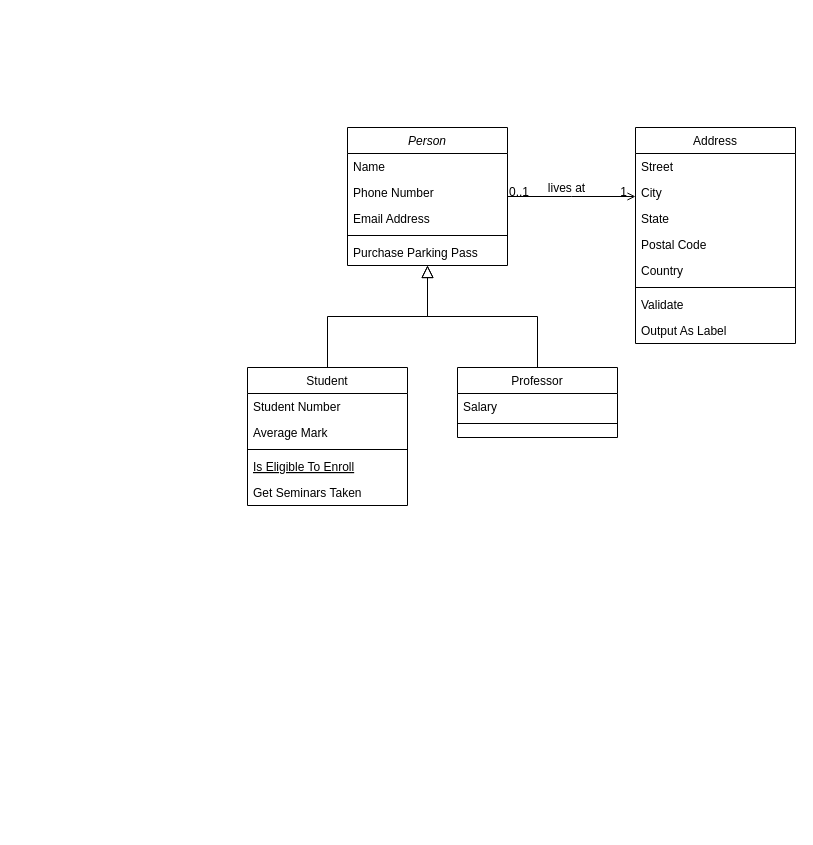
Before: Untitled Diagram.drawio in modsyan/JuniorProject, a draw.io diagram. Source tidied: cells renumbered, new cells numbered last; positions are measured from the earlier drawing's top-left corner, leaving out a move shared by most shapes. Both pictures are drawn from the tidied source at 100%, with x=0, y=0 at pixel (247, 127).
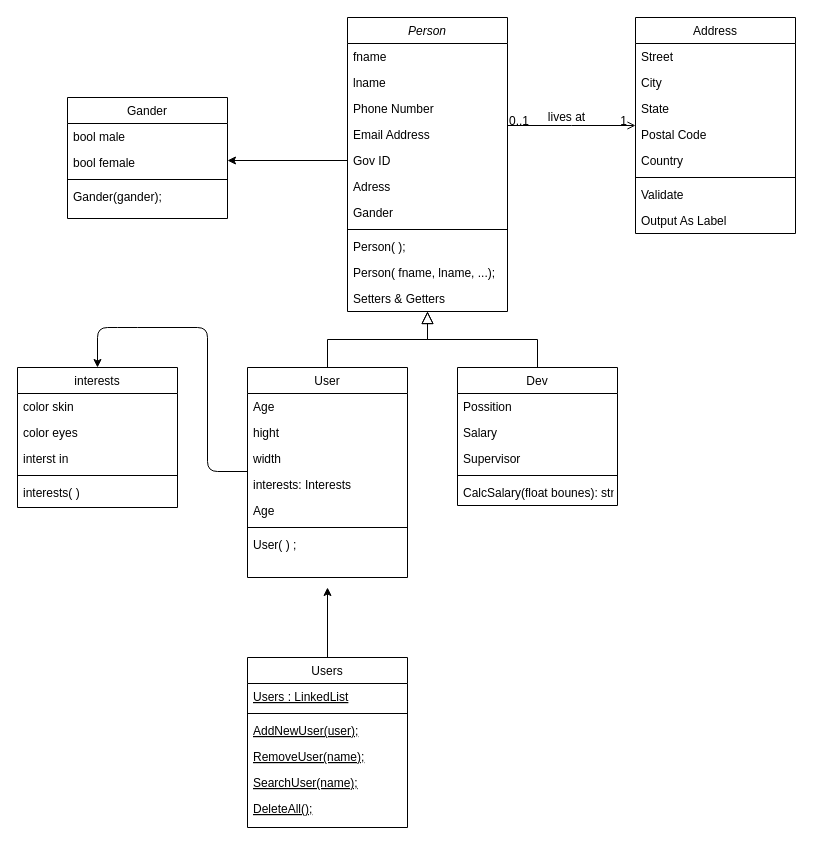
Above is the later version.

Commit message (it also covers changes not shown here):
class diagram

What changed in the source:
```diff
@@
     <mxCell id="2" value="Person" style="swimlane;fontStyle=2;align=center;verticalAlign=top;horizontal=1;startSize=26;rounded=0;shadow=0;strokeWidth=1;" parent="1" vertex="1">
-      <mxGeometry x="100" width="160" height="138" as="geometry" />
+      <mxGeometry x="100" y="-110" width="160" height="294" as="geometry" />
     </mxCell>
-    <mxCell id="3" value="Name" style="text;align=left;verticalAlign=top;spacingLeft=4;spacingRight=4;overflow=hidden;" parent="2" vertex="1">
+    <mxCell id="3" value="fname&#10;" style="text;align=left;verticalAlign=top;spacingLeft=4;spacingRight=4;overflow=hidden;" parent="2" vertex="1">
       <mxGeometry y="26" width="160" height="26" as="geometry" />
     </mxCell>
+    <mxCell id="32" value="lname" style="text;align=left;verticalAlign=top;spacingLeft=4;spacingRight=4;overflow=hidden;rounded=0;shadow=0;html=0;" parent="2" vertex="1">
+      <mxGeometry y="52" width="160" height="26" as="geometry" />
+    </mxCell>
     <mxCell id="4" value="Phone Number" style="text;align=left;verticalAlign=top;spacingLeft=4;spacingRight=4;overflow=hidden;rounded=0;shadow=0;html=0;" parent="2" vertex="1">
-      <mxGeometry y="52" width="160" height="26" as="geometry" />
+      <mxGeometry y="78" width="160" height="26" as="geometry" />
     </mxCell>
     <mxCell id="5" value="Email Address" style="text;align=left;verticalAlign=top;spacingLeft=4;spacingRight=4;overflow=hidden;rounded=0;shadow=0;html=0;" parent="2" vertex="1">
-      <mxGeometry y="78" width="160" height="26" as="geometry" />
+      <mxGeometry y="104" width="160" height="26" as="geometry" />
     </mxCell>
+    <mxCell id="33" value="Gov ID" style="text;align=left;verticalAlign=top;spacingLeft=4;spacingRight=4;overflow=hidden;points=[[0,0.5],[1,0.5]];portConstraint=eastwest;rounded=0;shadow=0;html=0;" parent="2" vertex="1">
+      <mxGeometry y="130" width="160" height="26" as="geometry" />
+    </mxCell>
+    <mxCell id="34" value="Adress" style="text;align=left;verticalAlign=top;spacingLeft=4;spacingRight=4;overflow=hidden;rounded=0;shadow=0;html=0;" parent="2" vertex="1">
+      <mxGeometry y="156" width="160" height="26" as="geometry" />
+    </mxCell>
+    <mxCell id="35" value="Gander" style="text;align=left;verticalAlign=top;spacingLeft=4;spacingRight=4;overflow=hidden;rounded=0;shadow=0;html=0;" parent="2" vertex="1">
+      <mxGeometry y="182" width="160" height="26" as="geometry" />
+    </mxCell>
     <mxCell id="6" style="line;html=1;strokeWidth=1;align=left;verticalAlign=middle;spacingTop=-1;spacingLeft=3;spacingRight=3;labelPosition=right;" parent="2" vertex="1">
-      <mxGeometry y="104" width="160" height="8" as="geometry" />
+      <mxGeometry y="208" width="160" height="8" as="geometry" />
     </mxCell>
-    <mxCell id="7" value="Purchase Parking Pass" style="text;align=left;verticalAlign=top;spacingLeft=4;spacingRight=4;overflow=hidden;" parent="2" vertex="1">
-      <mxGeometry y="112" width="160" height="26" as="geometry" />
+    <mxCell id="7" value="Person( );" style="text;align=left;verticalAlign=top;spacingLeft=4;spacingRight=4;overflow=hidden;" parent="2" vertex="1">
+      <mxGeometry y="216" width="160" height="26" as="geometry" />
     </mxCell>
+    <mxCell id="36" value="Person( fname, lname, ...);&#10;" style="text;align=left;verticalAlign=top;spacingLeft=4;spacingRight=4;overflow=hidden;" parent="2" vertex="1">
+      <mxGeometry y="242" width="160" height="26" as="geometry" />
+    </mxCell>
+    <mxCell id="37" value="Setters &amp; Getters" style="text;align=left;verticalAlign=top;spacingLeft=4;spacingRight=4;overflow=hidden;" parent="2" vertex="1">
+      <mxGeometry y="268" width="160" height="26" as="geometry" />
+    </mxCell>
-    <mxCell id="8" value="Student" style="swimlane;fontStyle=0;align=center;verticalAlign=top;horizontal=1;startSize=26;rounded=0;shadow=0;strokeWidth=1;" parent="1" vertex="1">
-      <mxGeometry y="240" width="160" height="138" as="geometry" />
+    <mxCell id="8" value="User" style="swimlane;fontStyle=0;align=center;verticalAlign=top;horizontal=1;startSize=26;rounded=0;shadow=0;strokeWidth=1;" parent="1" vertex="1">
+      <mxGeometry y="240" width="160" height="210" as="geometry" />
     </mxCell>
-    <mxCell id="9" value="Student Number" style="text;align=left;verticalAlign=top;spacingLeft=4;spacingRight=4;overflow=hidden;" parent="8" vertex="1">
-      <mxGeometry y="26" width="160" height="26" as="geometry" />
-    </mxCell>
+    <mxCell id="38" value="Age&#10;" style="text;align=left;verticalAlign=top;spacingLeft=4;spacingRight=4;overflow=hidden;rounded=0;shadow=0;html=0;" parent="8" vertex="1">
+      <mxGeometry y="26" width="160" height="26" as="geometry" />
+    </mxCell>
-    <mxCell id="10" value="Average Mark" style="text;align=left;verticalAlign=top;spacingLeft=4;spacingRight=4;overflow=hidden;rounded=0;shadow=0;html=0;" parent="8" vertex="1">
+    <mxCell id="10" value="hight" style="text;align=left;verticalAlign=top;spacingLeft=4;spacingRight=4;overflow=hidden;rounded=0;shadow=0;html=0;" parent="8" vertex="1">
       <mxGeometry y="52" width="160" height="26" as="geometry" />
     </mxCell>
+    <mxCell id="39" value="width" style="text;align=left;verticalAlign=top;spacingLeft=4;spacingRight=4;overflow=hidden;rounded=0;shadow=0;html=0;" parent="8" vertex="1">
+      <mxGeometry y="78" width="160" height="26" as="geometry" />
+    </mxCell>
+    <mxCell id="40" value="interests: Interests" style="text;align=left;verticalAlign=top;spacingLeft=4;spacingRight=4;overflow=hidden;points=[[0,0.5],[1,0.5]];portConstraint=eastwest;rounded=0;shadow=0;html=0;" parent="8" vertex="1">
+      <mxGeometry y="104" width="160" height="26" as="geometry" />
+    </mxCell>
+    <mxCell id="41" value="Age&#10;" style="text;align=left;verticalAlign=top;spacingLeft=4;spacingRight=4;overflow=hidden;rounded=0;shadow=0;html=0;" parent="8" vertex="1">
+      <mxGeometry y="130" width="160" height="26" as="geometry" />
+    </mxCell>
     <mxCell id="11" style="line;html=1;strokeWidth=1;align=left;verticalAlign=middle;spacingTop=-1;spacingLeft=3;spacingRight=3;labelPosition=right;" parent="8" vertex="1">
-      <mxGeometry y="78" width="160" height="8" as="geometry" />
+      <mxGeometry y="156" width="160" height="8" as="geometry" />
     </mxCell>
-    <mxCell id="12" value="Is Eligible To Enroll" style="text;align=left;verticalAlign=top;spacingLeft=4;spacingRight=4;overflow=hidden;fontStyle=4;" parent="8" vertex="1">
-      <mxGeometry y="86" width="160" height="26" as="geometry" />
-    </mxCell>
-    <mxCell id="13" value="Get Seminars Taken" style="text;align=left;verticalAlign=top;spacingLeft=4;spacingRight=4;overflow=hidden;" parent="8" vertex="1">
-      <mxGeometry y="112" width="160" height="26" as="geometry" />
-    </mxCell>
+    <mxCell id="42" value="User( ) ;" style="text;align=left;verticalAlign=top;spacingLeft=4;spacingRight=4;overflow=hidden;rounded=0;shadow=0;html=0;" parent="8" vertex="1">
+      <mxGeometry y="164" width="160" height="26" as="geometry" />
+    </mxCell>
@@
-    <mxCell id="15" value="Professor" style="swimlane;fontStyle=0;align=center;verticalAlign=top;horizontal=1;startSize=26;rounded=0;shadow=0;strokeWidth=1;" parent="1" vertex="1">
-      <mxGeometry x="210" y="240" width="160" height="70" as="geometry" />
+    <mxCell id="15" value="Dev" style="swimlane;fontStyle=0;align=center;verticalAlign=top;horizontal=1;startSize=26;rounded=0;shadow=0;strokeWidth=1;" parent="1" vertex="1">
+      <mxGeometry x="210" y="240" width="160" height="138" as="geometry" />
     </mxCell>
-    <mxCell id="16" value="Salary" style="text;align=left;verticalAlign=top;spacingLeft=4;spacingRight=4;overflow=hidden;" parent="15" vertex="1">
+    <mxCell id="16" value="Possition" style="text;align=left;verticalAlign=top;spacingLeft=4;spacingRight=4;overflow=hidden;" parent="15" vertex="1">
       <mxGeometry y="26" width="160" height="26" as="geometry" />
     </mxCell>
+    <mxCell id="43" value="Salary" style="text;align=left;verticalAlign=top;spacingLeft=4;spacingRight=4;overflow=hidden;" parent="15" vertex="1">
+      <mxGeometry y="52" width="160" height="26" as="geometry" />
+    </mxCell>
+    <mxCell id="44" value="Supervisor" style="text;align=left;verticalAlign=top;spacingLeft=4;spacingRight=4;overflow=hidden;" parent="15" vertex="1">
+      <mxGeometry y="78" width="160" height="26" as="geometry" />
+    </mxCell>
     <mxCell id="17" style="line;html=1;strokeWidth=1;align=left;verticalAlign=middle;spacingTop=-1;spacingLeft=3;spacingRight=3;labelPosition=right;" parent="15" vertex="1">
-      <mxGeometry y="52" width="160" height="8" as="geometry" />
+      <mxGeometry y="104" width="160" height="8" as="geometry" />
     </mxCell>
+    <mxCell id="45" value="CalcSalary(float bounes): str&#10;" style="text;align=left;verticalAlign=top;spacingLeft=4;spacingRight=4;overflow=hidden;" parent="15" vertex="1">
+      <mxGeometry y="112" width="160" height="26" as="geometry" />
+    </mxCell>
@@
     <mxCell id="19" value="Address" style="swimlane;fontStyle=0;align=center;verticalAlign=top;horizontal=1;startSize=26;rounded=0;shadow=0;strokeWidth=1;" parent="1" vertex="1">
-      <mxGeometry x="388" width="160" height="216" as="geometry" />
+      <mxGeometry x="388" y="-110" width="160" height="216" as="geometry" />
     </mxCell>
@@
+    <mxCell id="46" value="interests" style="swimlane;fontStyle=0;align=center;verticalAlign=top;horizontal=1;startSize=26;rounded=0;shadow=0;strokeWidth=1;" parent="1" vertex="1">
+      <mxGeometry x="-230" y="240" width="160" height="140" as="geometry" />
+    </mxCell>
+    <mxCell id="47" value="color skin" style="text;align=left;verticalAlign=top;spacingLeft=4;spacingRight=4;overflow=hidden;rounded=0;shadow=0;html=0;" parent="46" vertex="1">
+      <mxGeometry y="26" width="160" height="26" as="geometry" />
+    </mxCell>
+    <mxCell id="48" value="color eyes" style="text;align=left;verticalAlign=top;spacingLeft=4;spacingRight=4;overflow=hidden;rounded=0;shadow=0;html=0;" parent="46" vertex="1">
+      <mxGeometry y="52" width="160" height="26" as="geometry" />
+    </mxCell>
+    <mxCell id="49" value="interst in" style="text;align=left;verticalAlign=top;spacingLeft=4;spacingRight=4;overflow=hidden;rounded=0;shadow=0;html=0;" parent="46" vertex="1">
+      <mxGeometry y="78" width="160" height="26" as="geometry" />
+    </mxCell>
+    <mxCell id="50" style="line;html=1;strokeWidth=1;align=left;verticalAlign=middle;spacingTop=-1;spacingLeft=3;spacingRight=3;labelPosition=right;" parent="46" vertex="1">
+      <mxGeometry y="104" width="160" height="8" as="geometry" />
+    </mxCell>
+    <mxCell id="51" value="interests( )" style="text;align=left;verticalAlign=top;spacingLeft=4;spacingRight=4;overflow=hidden;rounded=0;shadow=0;html=0;" parent="46" vertex="1">
+      <mxGeometry y="112" width="160" height="26" as="geometry" />
+    </mxCell>
+    <mxCell id="52" style="edgeStyle=none;html=1;entryX=0.5;entryY=0;entryDx=0;entryDy=0;exitX=0;exitY=0;exitDx=0;exitDy=0;exitPerimeter=0;" parent="1" edge="1" source="40" target="46">
+      <mxGeometry relative="1" as="geometry">
+        <Array as="points">
+          <mxPoint x="-40" y="344" />
+          <mxPoint x="-40" y="200" />
+          <mxPoint x="-120" y="200" />
+          <mxPoint x="-150" y="200" />
+        </Array>
+      </mxGeometry>
+    </mxCell>
+    <mxCell id="53" style="edgeStyle=none;html=1;" parent="1" edge="1" source="54">
+      <mxGeometry relative="1" as="geometry">
+        <mxPoint x="80" y="460" as="targetPoint" />
+        <Array as="points">
+          <mxPoint x="80" y="460" />
+        </Array>
+      </mxGeometry>
+    </mxCell>
+    <mxCell id="54" value="Users" style="swimlane;fontStyle=0;align=center;verticalAlign=top;horizontal=1;startSize=26;rounded=0;shadow=0;strokeWidth=1;" parent="1" vertex="1">
+      <mxGeometry y="530" width="160" height="170" as="geometry" />
+    </mxCell>
+    <mxCell id="55" value="Users : LinkedList" style="text;align=left;verticalAlign=top;spacingLeft=4;spacingRight=4;overflow=hidden;fontStyle=4;" parent="54" vertex="1">
+      <mxGeometry y="26" width="160" height="26" as="geometry" />
+    </mxCell>
+    <mxCell id="56" style="line;html=1;strokeWidth=1;align=left;verticalAlign=middle;spacingTop=-1;spacingLeft=3;spacingRight=3;labelPosition=right;" parent="54" vertex="1">
+      <mxGeometry y="52" width="160" height="8" as="geometry" />
+    </mxCell>
+    <mxCell id="57" value="AddNewUser(user);" style="text;align=left;verticalAlign=top;spacingLeft=4;spacingRight=4;overflow=hidden;fontStyle=4;" parent="54" vertex="1">
+      <mxGeometry y="60" width="160" height="26" as="geometry" />
+    </mxCell>
+    <mxCell id="58" value="RemoveUser(name);" style="text;align=left;verticalAlign=top;spacingLeft=4;spacingRight=4;overflow=hidden;fontStyle=4;" parent="54" vertex="1">
+      <mxGeometry y="86" width="160" height="26" as="geometry" />
+    </mxCell>
+    <mxCell id="59" value="SearchUser(name);" style="text;align=left;verticalAlign=top;spacingLeft=4;spacingRight=4;overflow=hidden;fontStyle=4;" parent="54" vertex="1">
+      <mxGeometry y="112" width="160" height="26" as="geometry" />
+    </mxCell>
+    <mxCell id="60" value="DeleteAll();" style="text;align=left;verticalAlign=top;spacingLeft=4;spacingRight=4;overflow=hidden;fontStyle=4;" parent="54" vertex="1">
+      <mxGeometry y="138" width="160" height="26" as="geometry" />
+    </mxCell>
+    <mxCell id="61" style="edgeStyle=none;html=1;" parent="1" edge="1" source="33">
+      <mxGeometry relative="1" as="geometry">
+        <mxPoint x="-20" y="33" as="targetPoint" />
+      </mxGeometry>
+    </mxCell>
+    <mxCell id="62" value="Gander" style="swimlane;fontStyle=0;align=center;verticalAlign=top;horizontal=1;startSize=26;rounded=0;shadow=0;strokeWidth=1;" parent="1" vertex="1">
+      <mxGeometry x="-180" y="-30" width="160" height="121" as="geometry" />
+    </mxCell>
+    <mxCell id="63" value="bool male" style="text;align=left;verticalAlign=top;spacingLeft=4;spacingRight=4;overflow=hidden;rounded=0;shadow=0;html=0;" parent="62" vertex="1">
+      <mxGeometry y="26" width="160" height="26" as="geometry" />
+    </mxCell>
+    <mxCell id="64" value="bool female" style="text;align=left;verticalAlign=top;spacingLeft=4;spacingRight=4;overflow=hidden;rounded=0;shadow=0;html=0;" parent="62" vertex="1">
+      <mxGeometry y="52" width="160" height="26" as="geometry" />
+    </mxCell>
+    <mxCell id="65" style="line;html=1;strokeWidth=1;align=left;verticalAlign=middle;spacingTop=-1;spacingLeft=3;spacingRight=3;labelPosition=right;" parent="62" vertex="1">
+      <mxGeometry y="78" width="160" height="8" as="geometry" />
+    </mxCell>
+    <mxCell id="66" value="Gander(gander);" style="text;align=left;verticalAlign=top;spacingLeft=4;spacingRight=4;overflow=hidden;rounded=0;shadow=0;html=0;" parent="62" vertex="1">
+      <mxGeometry y="86" width="160" height="26" as="geometry" />
+    </mxCell>
```
